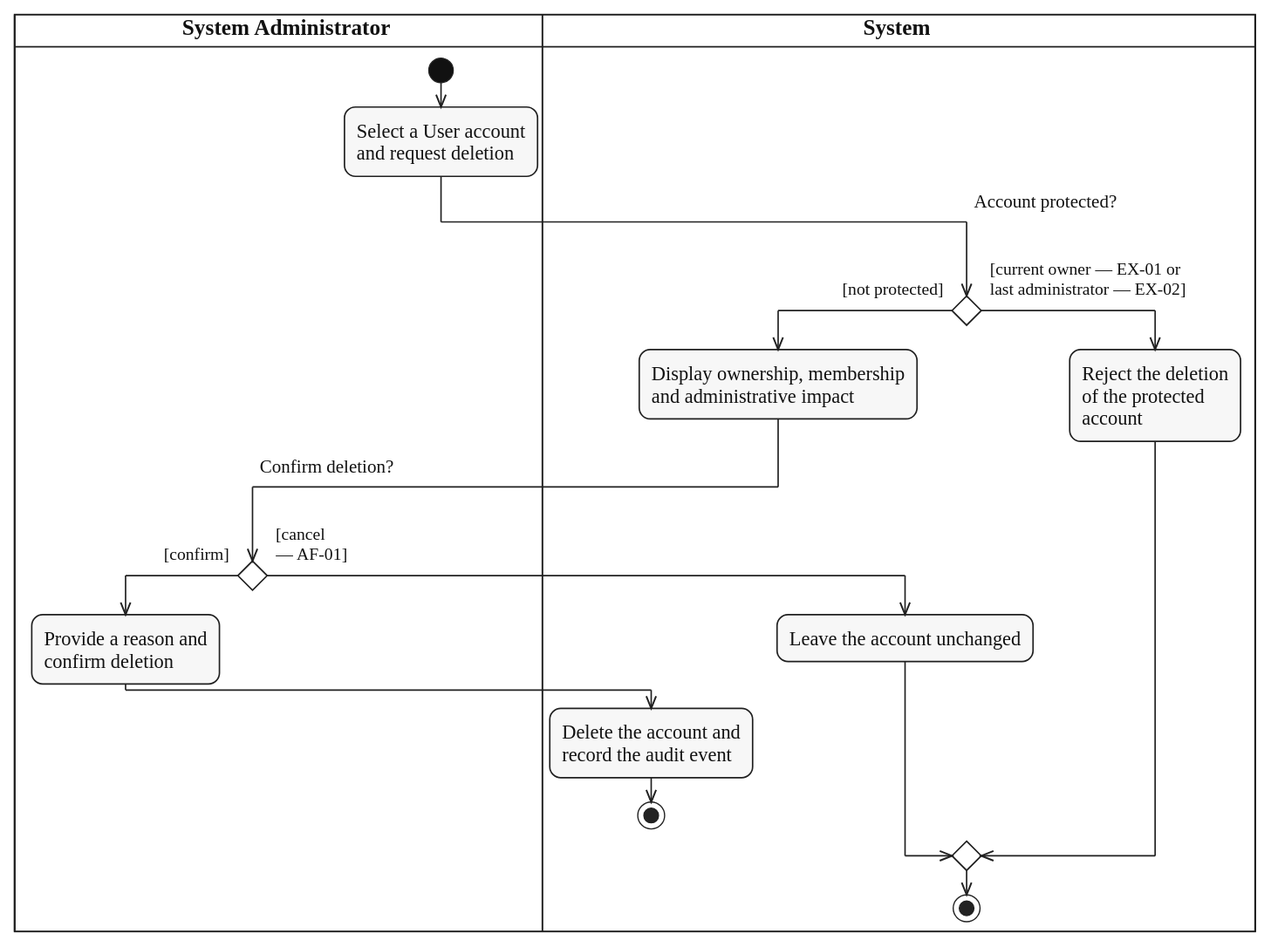
This is diagrams/activity/system-administration/svg/UC-USER-ACCOUNT-DELETE.svg from lukenab/swd392-doc-automation, a PlantUML export, as it was before one commit. Its source is kept beside it as diagrams/activity/system-administration/source/UC-USER-ACCOUNT-DELETE.puml.
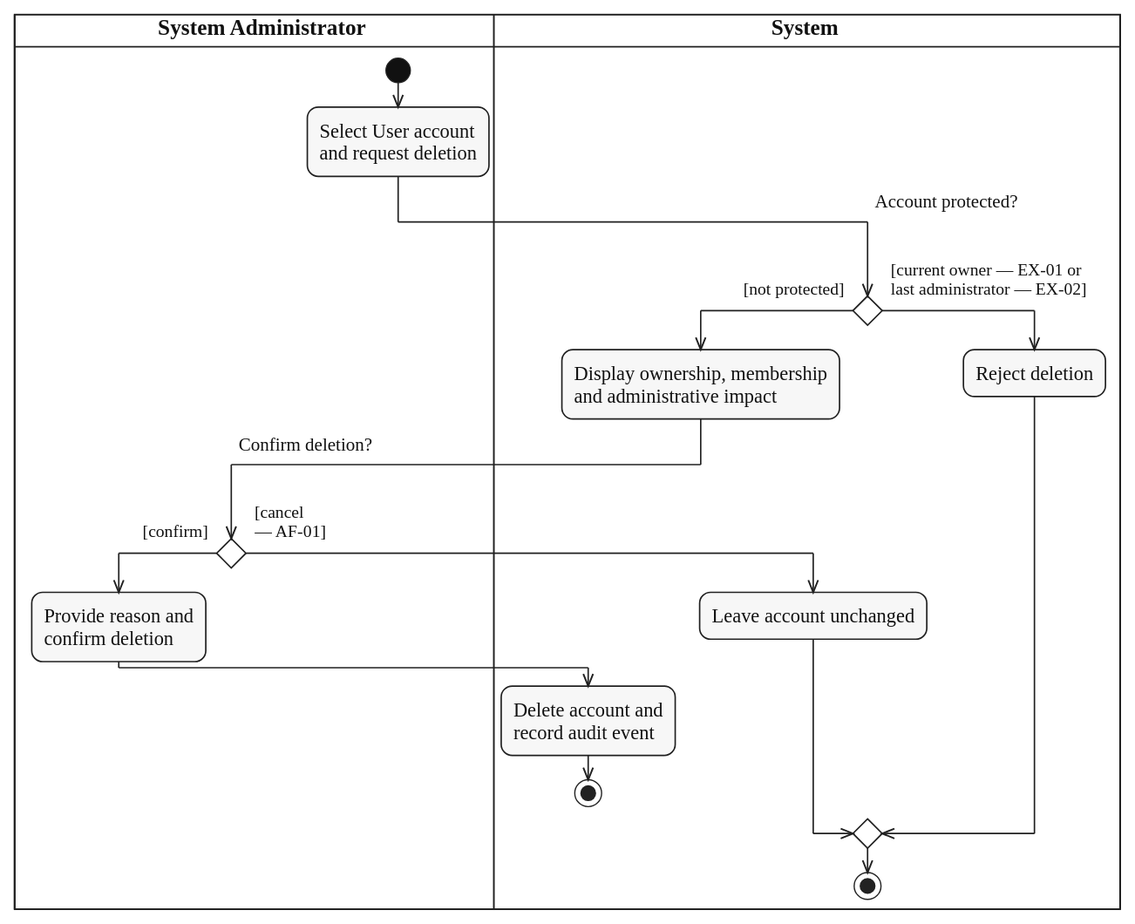
Later version of the same file.

The edit, as a diff of the source:
```diff
@@ -5,7 +5,7 @@
 
 |ADM|
 start
-:Select a User account
+:Select User account
 and request deletion;
 |SYS|
 if ($question_x("Account protected?")) then ($guard_left("[not protected]"))
@@ -13,20 +13,18 @@
   and administrative impact;
   |ADM|
   if ($question_x("Confirm deletion?")) then ($guard_left("[confirm]"))
-    :Provide a reason and
+    :Provide reason and
     confirm deletion;
     |SYS|
-    :Delete the account and
-    record the audit event;
+    :Delete account and
+    record audit event;
     stop
   else ($guard_right("[cancel", "— AF-01]"))
     |SYS|
-    :Leave the account unchanged;
+    :Leave account unchanged;
   endif
 else ($guard_right("[current owner — EX-01 or", "last administrator — EX-02]"))
-  :Reject the deletion
-  of the protected
-  account;
+  :Reject deletion;
 endif
 |SYS|
 stop
```
